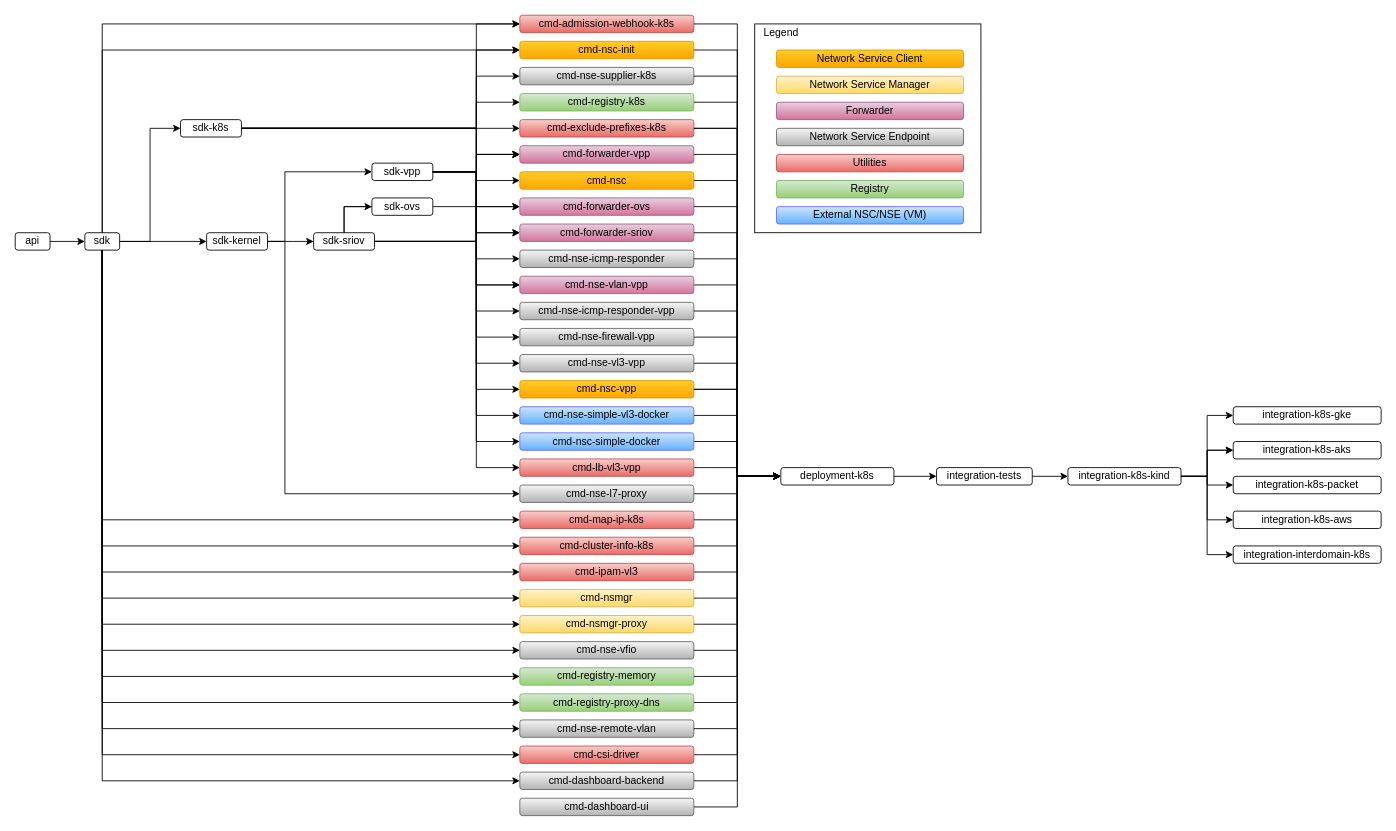
This is static/img/multi-repo.drawio from networkservicemesh/site, a draw.io file, before an edit. Source tidied: cells renumbered, new cells numbered last; positions are measured from the earlier drawing's top-left corner, leaving out a move shared by most shapes. Both pictures are drawn from the tidied source at 87%, with x=0, y=0 at pixel (15, 15).
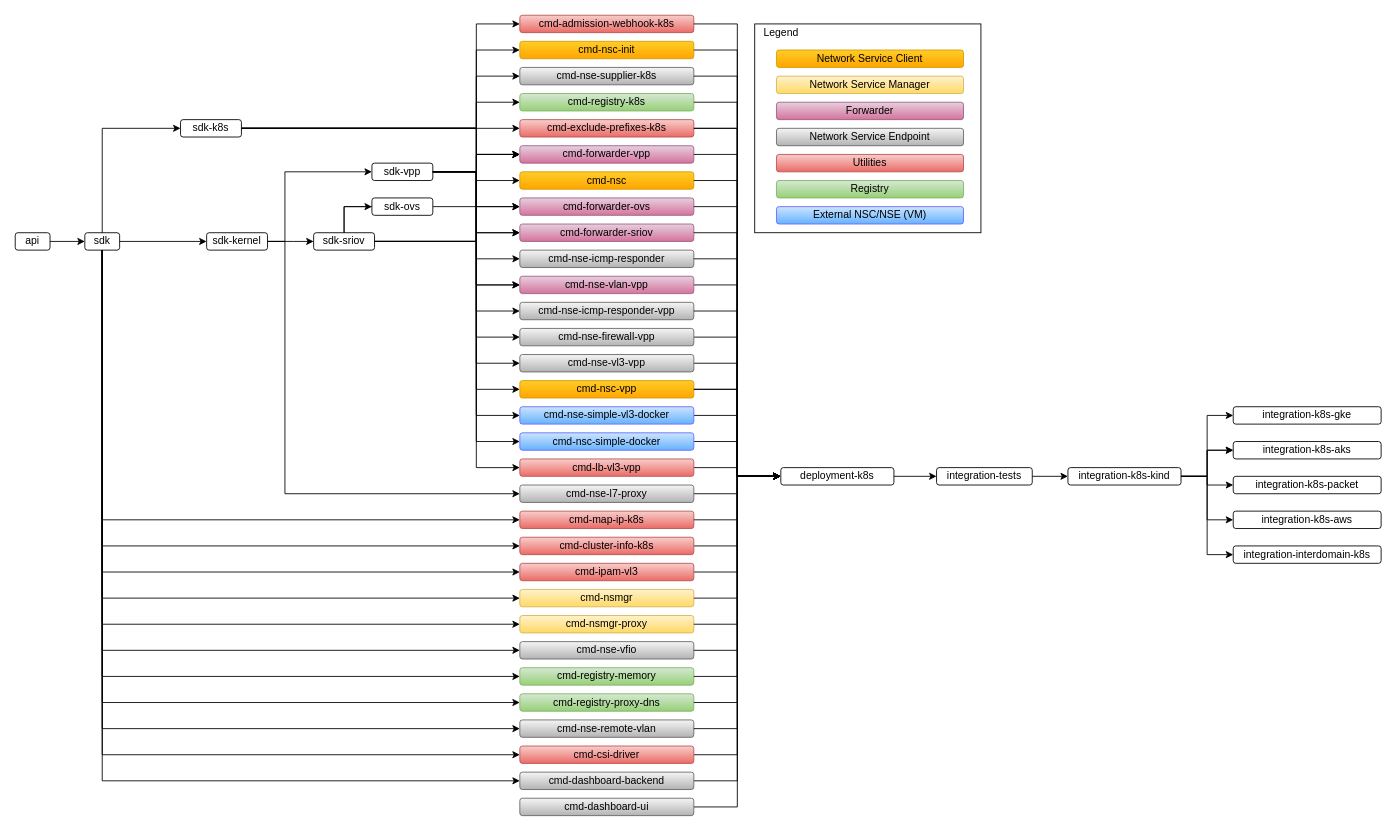
The same diagram, later.

Commit message (it also covers changes not shown here):
Remove extra dependencies from multi-repo map

Unchanged cells that the change refers to:
```xml
<mxCell id="5" value="sdk" style="rounded=1;whiteSpace=wrap;html=1;" parent="1" vertex="1">
  <mxGeometry x="80" y="250" width="40" height="20" as="geometry" />
</mxCell>
<mxCell id="19" value="sdk-k8s" style="rounded=1;whiteSpace=wrap;html=1;" parent="1" vertex="1">
  <mxGeometry x="190" y="120" width="70" height="20" as="geometry" />
</mxCell>
<mxCell id="28" value="cmd-nsc-init" style="rounded=1;whiteSpace=wrap;html=1;gradientColor=#ffa500;fillColor=#ffcd28;strokeColor=#d79b00;" parent="1" vertex="1">
  <mxGeometry x="580" y="30" width="200" height="20" as="geometry" />
</mxCell>
<mxCell id="29" value="cmd-admission-webhook-k8s" style="rounded=1;whiteSpace=wrap;html=1;gradientColor=#ea6b66;fillColor=#f8cecc;strokeColor=#b85450;" parent="1" vertex="1">
  <mxGeometry x="580" width="200" height="20" as="geometry" />
</mxCell>
```

What changed in the source:
```diff
@@
-    <mxCell id="23" style="edgeStyle=orthogonalEdgeStyle;rounded=0;jettySize=auto;html=1;entryX=0;entryY=0.5;entryDx=0;entryDy=0;exitX=1;exitY=0.5;exitDx=0;exitDy=0;" parent="1" edge="1" source="5" target="19">
+    <mxCell id="23" style="edgeStyle=orthogonalEdgeStyle;rounded=0;jettySize=auto;html=1;entryX=0;entryY=0.5;entryDx=0;entryDy=0;exitX=0.5;exitY=0;exitDx=0;exitDy=0;" parent="1" edge="1" source="5" target="19">
       <mxGeometry relative="1" as="geometry" />
     </mxCell>
@@
-    <mxCell id="30" style="edgeStyle=orthogonalEdgeStyle;rounded=0;jettySize=auto;html=1;entryX=0;entryY=0.5;entryDx=0;entryDy=0;exitX=0.5;exitY=0;exitDx=0;exitDy=0;" parent="1" edge="1" source="5" target="29">
-      <mxGeometry relative="1" as="geometry" />
-    </mxCell>
@@
-    <mxCell id="50" style="edgeStyle=orthogonalEdgeStyle;rounded=0;jettySize=auto;html=1;entryX=0;entryY=0.5;entryDx=0;entryDy=0;exitX=0.5;exitY=0;exitDx=0;exitDy=0;" parent="1" edge="1" source="5" target="28">
-      <mxGeometry relative="1" as="geometry">
-        <Array as="points">
-          <mxPoint x="100" y="40" />
-        </Array>
-      </mxGeometry>
-    </mxCell>
```
